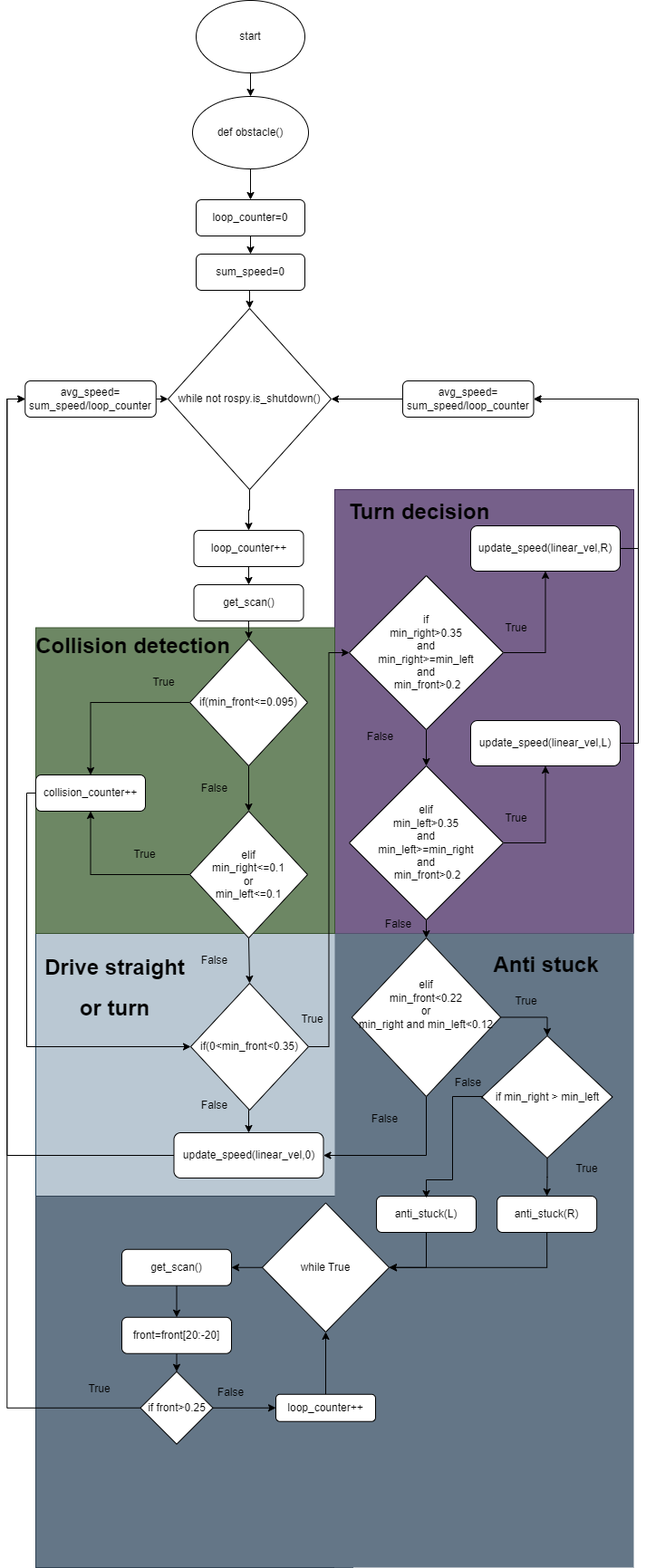
Above: Untitled Diagram.drawio.png in Teun0n/flowcharts (draw.io), before the change. Source tidied: cells renumbered, new cells last; positions are measured from the earlier drawing's top-left corner, leaving out a move shared by most shapes.
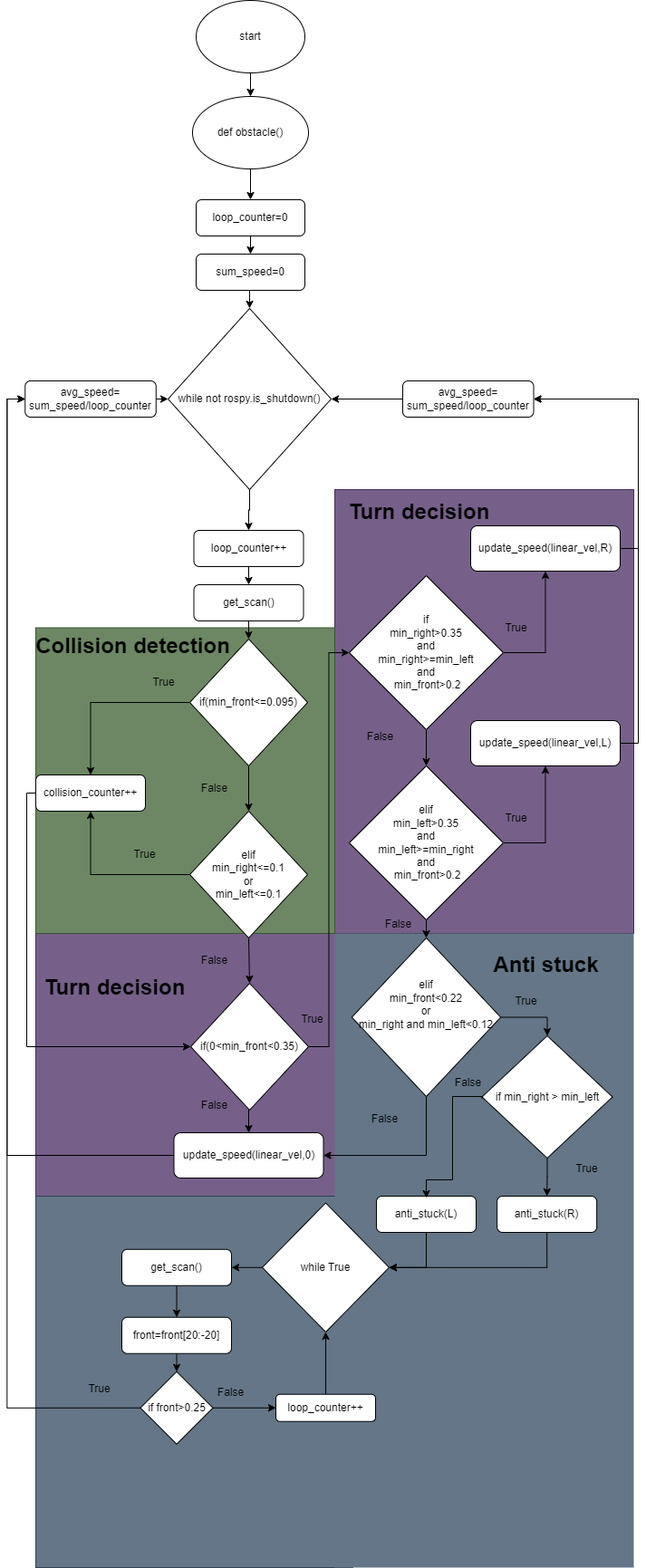
The same diagram one commit later.

The edit, as a diff of the source:
```diff
@@ -2,7 +2,7 @@
   <root>
     <mxCell id="0" />
     <mxCell id="1" parent="0" />
-    <mxCell id="2" style="rounded=0;whiteSpace=wrap;html=1;fillColor=#bac8d3;strokeColor=#23445d;" parent="1" vertex="1">
+    <mxCell id="2" style="rounded=0;whiteSpace=wrap;html=1;fillColor=#76608a;strokeColor=#432D57;fontColor=#ffffff;" parent="1" vertex="1">
       <mxGeometry x="13" y="1030" width="350" height="290" as="geometry" />
     </mxCell>
     <mxCell id="3" style="rounded=0;whiteSpace=wrap;html=1;fillColor=#76608a;fontColor=#ffffff;strokeColor=#432D57;" parent="1" vertex="1">
@@ -250,8 +250,8 @@
     <mxCell id="82" value="&lt;h1&gt;Turn decision&lt;/h1&gt;" style="text;html=1;align=center;verticalAlign=middle;strokeColor=none;fillColor=none;" parent="1" vertex="1">
       <mxGeometry x="346.2" y="530" width="180" height="70" as="geometry" />
     </mxCell>
-    <mxCell id="83" value="&lt;h1&gt;Drive straight&lt;/h1&gt;&lt;h1&gt;or turn&lt;/h1&gt;" style="text;html=1;align=center;verticalAlign=middle;strokeColor=none;fillColor=none;" parent="1" vertex="1">
-      <mxGeometry x="10" y="1030" width="180" height="120" as="geometry" />
+    <mxCell id="83" value="&lt;h1&gt;Turn decision&lt;/h1&gt;" style="text;html=1;align=center;verticalAlign=middle;strokeColor=none;fillColor=none;" parent="1" vertex="1">
+      <mxGeometry x="10" y="1055" width="180" height="70" as="geometry" />
     </mxCell>
     <mxCell id="84" style="edgeStyle=orthogonalEdgeStyle;rounded=0;jettySize=auto;html=1;exitX=0.5;exitY=1;exitDx=0;exitDy=0;entryX=0.5;entryY=0;entryDx=0;entryDy=0;" parent="1" edge="1" source="86" target="38">
       <mxGeometry relative="1" as="geometry" />
```
